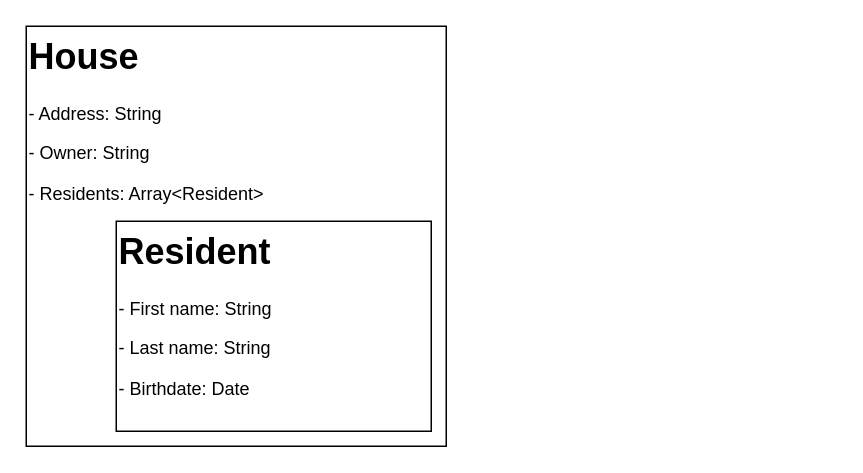
Earlier version of the draw.io diagram KN02/LogischesDatenModell.drawio (Timposter8107/M165). Source tidied: cells renumbered, new cells numbered last; positions are measured from the earlier drawing's top-left corner, leaving out a move shared by most shapes. Both pictures are drawn from the tidied source at 150%, with x=0, y=0 at pixel (26, 26).
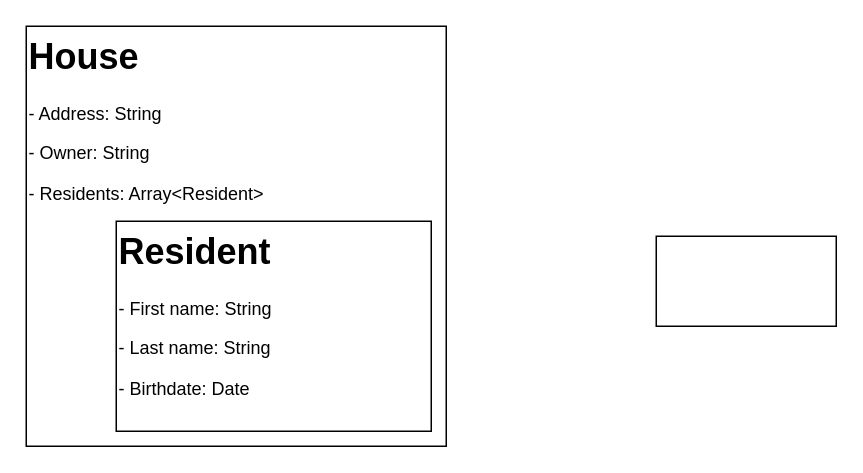
The same diagram, later.

Change to the diagram source:
```diff
@@
 <mxGraphModel>
   <root>
     <mxCell id="0" />
     <mxCell id="1" parent="0" />
     <mxCell id="2" style="rounded=0;whiteSpace=wrap;html=1;" parent="1" vertex="1">
       <mxGeometry width="280" height="280" as="geometry" />
     </mxCell>
     <mxCell id="3" value="&lt;h1 style=&quot;margin-top: 0px;&quot;&gt;House&lt;/h1&gt;&lt;p&gt;- Address: String&lt;/p&gt;&lt;p&gt;- Owner: String&lt;/p&gt;&lt;p&gt;- Residents: Array&amp;lt;Resident&amp;gt;&lt;/p&gt;" style="text;html=1;whiteSpace=wrap;overflow=hidden;rounded=0;" parent="1" vertex="1">
       <mxGeometry width="180" height="120" as="geometry" />
     </mxCell>
     <mxCell id="4" style="rounded=0;whiteSpace=wrap;html=1;" parent="1" vertex="1">
       <mxGeometry x="60" y="130" width="210" height="140" as="geometry" />
     </mxCell>
     <mxCell id="5" value="&lt;h1 style=&quot;margin-top: 0px;&quot;&gt;Resident&lt;/h1&gt;&lt;p&gt;- First name: String&lt;/p&gt;&lt;p&gt;- Last name: String&lt;/p&gt;&lt;p&gt;- Birthdate: Date&lt;/p&gt;" style="text;html=1;whiteSpace=wrap;overflow=hidden;rounded=0;" parent="1" vertex="1">
       <mxGeometry x="60" y="130" width="180" height="120" as="geometry" />
     </mxCell>
+    <mxCell id="6" style="rounded=0;whiteSpace=wrap;html=1;" parent="1" vertex="1">
+      <mxGeometry x="420" y="140" width="120" height="60" as="geometry" />
+    </mxCell>
   </root>
 </mxGraphModel>
```
